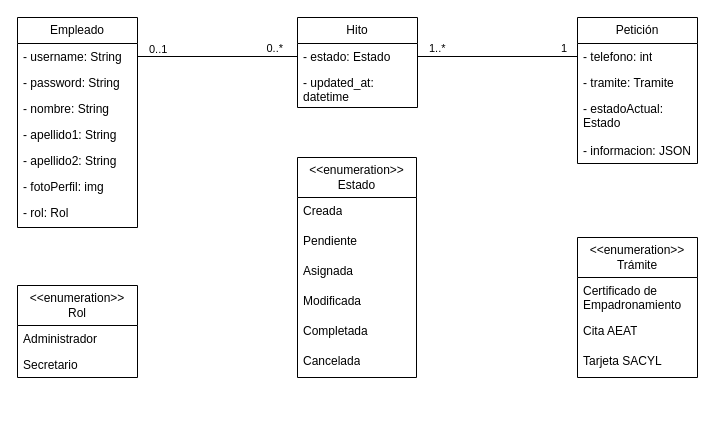
This is page "Modelo de domino" (2 of 15) of documents/img/diagramas/TFG.drawio from humaral/tfg, a draw.io file, before an edit. Source tidied: cells renumbered, new cells numbered last; positions are measured from the earlier drawing's top-left corner, leaving out a move shared by most shapes. Both pictures are drawn from the tidied source at 100%, with x=0, y=0 at pixel (17, 17).
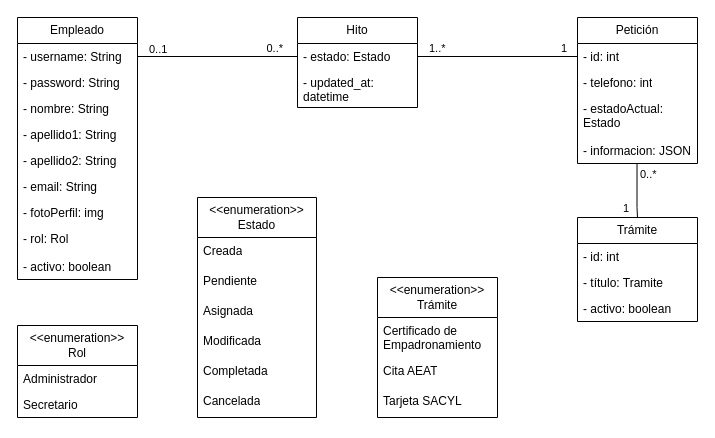
The same diagram, later.

Commit message:
Actualizar modelo de dominio

Unchanged cells that the change refers to:
```xml
<mxCell id="13" value="Petición" style="swimlane;fontStyle=0;horizontal=1;startSize=26;fillColor=none;whiteSpace=wrap;html=1;" parent="1" vertex="1">
  <mxGeometry x="560" width="120" height="146" as="geometry" />
</mxCell>
<mxCell id="17" value="- informacion: JSON" style="text;strokeColor=none;fillColor=none;align=left;verticalAlign=top;spacingLeft=4;spacingRight=4;overflow=hidden;points=[[0,0.5],[1,0.5]];portConstraint=eastwest;whiteSpace=wrap;html=1;" parent="13" vertex="1">
  <mxGeometry y="120" width="120" height="26" as="geometry" />
</mxCell>
```

Change to the diagram source:
```diff
@@
     <mxCell id="2" value="Empleado" style="swimlane;fontStyle=0;horizontal=1;startSize=26;fillColor=none;whiteSpace=wrap;html=1;" parent="1" vertex="1">
-      <mxGeometry width="120" height="210" as="geometry" />
+      <mxGeometry width="120" height="262" as="geometry" />
     </mxCell>
@@
+    <mxCell id="38" value="- email: String" style="text;strokeColor=none;fillColor=none;align=left;verticalAlign=top;spacingLeft=4;spacingRight=4;overflow=hidden;whiteSpace=wrap;html=1;" parent="2" vertex="1">
+      <mxGeometry y="156" width="120" height="26" as="geometry" />
+    </mxCell>
     <mxCell id="8" value="- fotoPerfil: img" style="text;strokeColor=none;fillColor=none;align=left;verticalAlign=top;spacingLeft=4;spacingRight=4;overflow=hidden;whiteSpace=wrap;html=1;" parent="2" vertex="1">
-      <mxGeometry y="156" width="120" height="26" as="geometry" />
+      <mxGeometry y="182" width="120" height="26" as="geometry" />
     </mxCell>
     <mxCell id="9" value="- rol: Rol" style="text;strokeColor=none;fillColor=none;align=left;verticalAlign=top;spacingLeft=4;spacingRight=4;overflow=hidden;whiteSpace=wrap;html=1;" parent="2" vertex="1">
-      <mxGeometry y="182" width="120" height="28" as="geometry" />
+      <mxGeometry y="208" width="120" height="28" as="geometry" />
     </mxCell>
+    <mxCell id="39" value="- activo: boolean" style="text;strokeColor=none;fillColor=none;align=left;verticalAlign=top;spacingLeft=4;spacingRight=4;overflow=hidden;whiteSpace=wrap;html=1;" parent="2" vertex="1">
+      <mxGeometry y="236" width="120" height="26" as="geometry" />
+    </mxCell>
@@
-    <mxCell id="14" value="- telefono: int" style="text;strokeColor=none;fillColor=none;align=left;verticalAlign=top;spacingLeft=4;spacingRight=4;overflow=hidden;points=[[0,0.5],[1,0.5]];portConstraint=eastwest;whiteSpace=wrap;html=1;" parent="13" vertex="1">
+    <mxCell id="14" value="- id: int" style="text;strokeColor=none;fillColor=none;align=left;verticalAlign=top;spacingLeft=4;spacingRight=4;overflow=hidden;points=[[0,0.5],[1,0.5]];portConstraint=eastwest;whiteSpace=wrap;html=1;" parent="13" vertex="1">
       <mxGeometry y="26" width="120" height="26" as="geometry" />
     </mxCell>
-    <mxCell id="15" value="- tramite: Tramite" style="text;strokeColor=none;fillColor=none;align=left;verticalAlign=top;spacingLeft=4;spacingRight=4;overflow=hidden;whiteSpace=wrap;html=1;" parent="13" vertex="1">
-      <mxGeometry y="52" width="120" height="26" as="geometry" />
-    </mxCell>
+    <mxCell id="40" value="- telefono: int" style="text;strokeColor=none;fillColor=none;align=left;verticalAlign=top;spacingLeft=4;spacingRight=4;overflow=hidden;whiteSpace=wrap;html=1;" parent="13" vertex="1">
+      <mxGeometry y="52" width="120" height="26" as="geometry" />
+    </mxCell>
@@
     <mxCell id="18" value="&lt;div&gt;&amp;lt;&amp;lt;enumeration&amp;gt;&amp;gt;&lt;/div&gt;Rol" style="swimlane;fontStyle=0;horizontal=1;startSize=40;fillColor=none;whiteSpace=wrap;html=1;" parent="1" vertex="1">
-      <mxGeometry y="268" width="120" height="92" as="geometry" />
+      <mxGeometry y="308" width="120" height="92" as="geometry" />
     </mxCell>
@@
     <mxCell id="21" value="&lt;div&gt;&amp;lt;&amp;lt;enumeration&amp;gt;&amp;gt;&lt;/div&gt;Trámite" style="swimlane;fontStyle=0;horizontal=1;startSize=40;fillColor=none;whiteSpace=wrap;html=1;" parent="1" vertex="1">
-      <mxGeometry x="560" y="220" width="120" height="140" as="geometry" />
+      <mxGeometry x="360" y="260" width="120" height="140" as="geometry" />
     </mxCell>
@@
     <mxCell id="25" value="&lt;div&gt;&amp;lt;&amp;lt;enumeration&amp;gt;&amp;gt;&lt;/div&gt;Estado" style="swimlane;fontStyle=0;horizontal=1;startSize=40;fillColor=none;whiteSpace=wrap;html=1;" parent="1" vertex="1">
-      <mxGeometry x="280" y="140" width="119" height="220" as="geometry" />
+      <mxGeometry x="180" y="180" width="119" height="220" as="geometry" />
     </mxCell>
@@
+    <mxCell id="41" value="Trámite" style="swimlane;fontStyle=0;horizontal=1;startSize=26;fillColor=none;whiteSpace=wrap;html=1;" parent="1" vertex="1">
+      <mxGeometry x="560" y="200" width="120" height="104" as="geometry" />
+    </mxCell>
+    <mxCell id="42" value="- id: int" style="text;strokeColor=none;fillColor=none;align=left;verticalAlign=top;spacingLeft=4;spacingRight=4;overflow=hidden;whiteSpace=wrap;html=1;" parent="41" vertex="1">
+      <mxGeometry y="26" width="120" height="26" as="geometry" />
+    </mxCell>
+    <mxCell id="43" value="- título: Tramite" style="text;strokeColor=none;fillColor=none;align=left;verticalAlign=top;spacingLeft=4;spacingRight=4;overflow=hidden;whiteSpace=wrap;html=1;" parent="41" vertex="1">
+      <mxGeometry y="52" width="120" height="26" as="geometry" />
+    </mxCell>
+    <mxCell id="44" value="- activo: boolean" style="text;strokeColor=none;fillColor=none;align=left;verticalAlign=top;spacingLeft=4;spacingRight=4;overflow=hidden;whiteSpace=wrap;html=1;" parent="41" vertex="1">
+      <mxGeometry y="78" width="120" height="26" as="geometry" />
+    </mxCell>
+    <mxCell id="45" style="endArrow=none;html=1;edgeStyle=orthogonalEdgeStyle;rounded=0;entryX=0.5;entryY=0;entryDx=0;entryDy=0;exitX=0.496;exitY=0.987;exitDx=0;exitDy=0;exitPerimeter=0;" parent="1" edge="1" source="17" target="41">
+      <mxGeometry relative="1" as="geometry">
+        <Array as="points">
+          <mxPoint x="620" y="190" />
+          <mxPoint x="620" y="190" />
+        </Array>
+      </mxGeometry>
+    </mxCell>
+    <mxCell id="46" value="0..*" style="edgeLabel;html=1;align=left;verticalAlign=bottom;" parent="45" vertex="1">
+      <mxGeometry x="-1" relative="1" as="geometry">
+        <mxPoint x="1" y="19" as="offset" />
+      </mxGeometry>
+    </mxCell>
+    <mxCell id="47" value="1" style="edgeLabel;html=1;align=right;verticalAlign=bottom;" parent="45" vertex="1">
+      <mxGeometry x="1" relative="1" as="geometry">
+        <mxPoint x="-8" y="-1" as="offset" />
+      </mxGeometry>
+    </mxCell>
```
